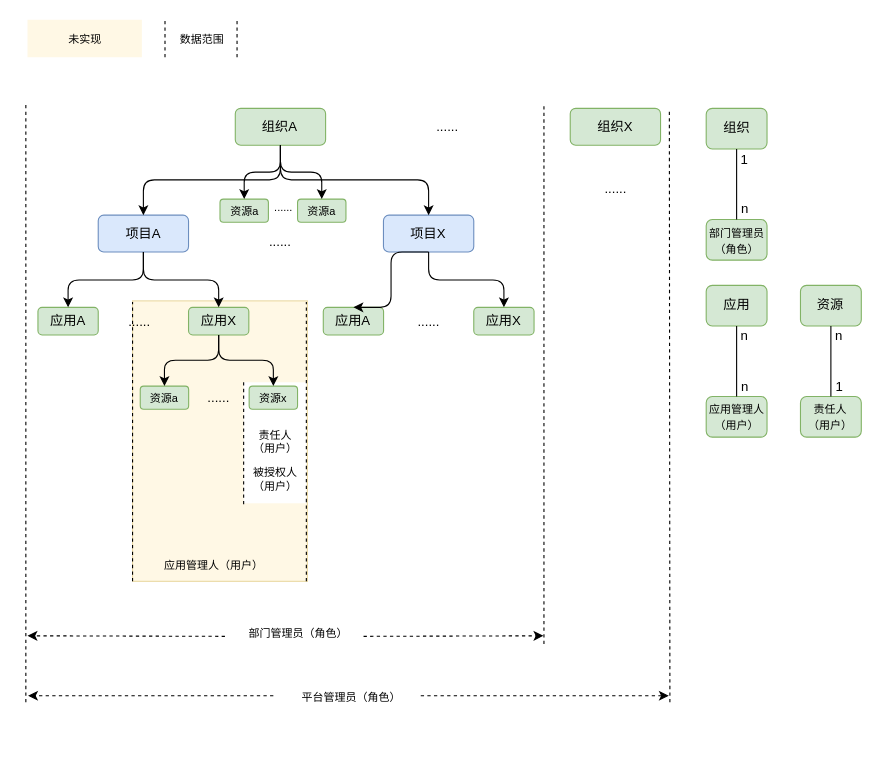
This is 项目应用资源管理.drawio from Darren0829/draw.io, a draw.io file, before an edit. Source tidied: cells renumbered, new cells numbered last; positions are measured from the earlier drawing's top-left corner, leaving out a move shared by most shapes. Both pictures are drawn from the tidied source at 110%, with x=0, y=0 at pixel (25, 20).
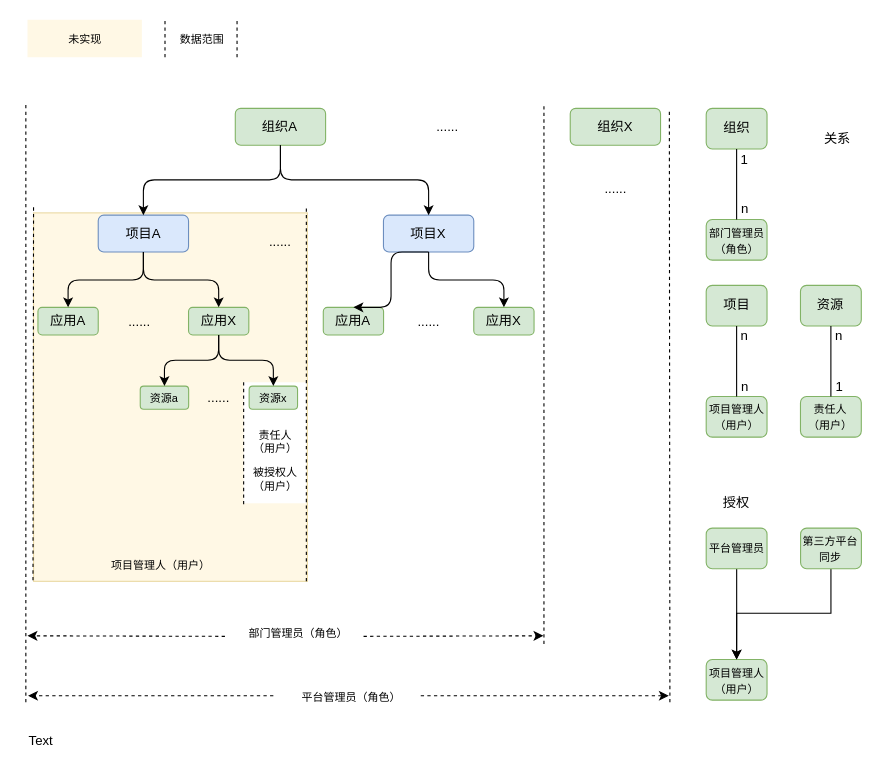
Above is the later version.

Commit message:
更新项目应用资源管理.drawio

The change refers to these unchanged cells:
```xml
<mxCell id="7" value="组织A" style="rounded=1;whiteSpace=wrap;html=1;fillColor=#d5e8d4;strokeColor=#82b366;" parent="1" vertex="1">
  <mxGeometry x="190.4" y="80" width="82.1" height="33.5" as="geometry" />
</mxCell>
<mxCell id="44" style="group;" parent="43" vertex="1">
  <mxGeometry y="160.9" width="55.3" height="138.1" as="geometry" />
</mxCell>
```

Diff of the diagram source:
```diff
@@
     <mxCell id="2" style="rounded=0;whiteSpace=wrap;html=1;strokeWidth=1;fontSize=10;strokeColor=#d6b656;fillColor=#fff2cc;opacity=50;" parent="1" vertex="1">
-      <mxGeometry x="97" y="255" width="159" height="255" as="geometry" />
+      <mxGeometry x="7" y="175" width="249" height="335" as="geometry" />
     </mxCell>
@@
-    <mxCell id="16" value="......" style="text;html=1;strokeColor=none;fillColor=none;align=center;verticalAlign=middle;whiteSpace=wrap;rounded=0;fontSize=10;" parent="1" vertex="1">
-      <mxGeometry x="216.2" y="161.5" width="36.5" height="16.8" as="geometry" />
-    </mxCell>
@@
     <mxCell id="25" style="endArrow=none;dashed=1;html=1;fontSize=10;" parent="1" edge="1">
       <mxGeometry relative="1" as="geometry">
         <mxPoint x="255" y="510" as="sourcePoint" />
-        <mxPoint x="255" y="256" as="targetPoint" />
+        <mxPoint x="255" y="170" as="targetPoint" />
       </mxGeometry>
     </mxCell>
     <mxCell id="26" style="endArrow=none;dashed=1;html=1;fontSize=10;" parent="1" edge="1">
       <mxGeometry relative="1" as="geometry">
-        <mxPoint x="97" y="510" as="sourcePoint" />
-        <mxPoint x="97" y="256" as="targetPoint" />
+        <mxPoint x="6.5" y="509" as="sourcePoint" />
+        <mxPoint x="7" y="169" as="targetPoint" />
       </mxGeometry>
     </mxCell>
-    <mxCell id="27" value="应用管理人（用户）" style="text;html=1;strokeColor=none;fillColor=none;align=center;verticalAlign=middle;whiteSpace=wrap;rounded=0;fontSize=10;" parent="1" vertex="1">
-      <mxGeometry x="122" y="484.5" width="98" height="20" as="geometry" />
+    <mxCell id="27" value="项目管理人（用户）" style="text;html=1;strokeColor=none;fillColor=none;align=center;verticalAlign=middle;whiteSpace=wrap;rounded=0;fontSize=10;" parent="1" vertex="1">
+      <mxGeometry x="74" y="484.5" width="98" height="20" as="geometry" />
     </mxCell>
@@
-    <mxCell id="36" value="资源a" style="rounded=1;whiteSpace=wrap;html=1;fillColor=#d5e8d4;strokeColor=#82b366;fontSize=10;" parent="1" vertex="1">
-      <mxGeometry x="176.5" y="162.5" width="44" height="21" as="geometry" />
-    </mxCell>
-    <mxCell id="37" style="edgeStyle=elbowEdgeStyle;elbow=vertical;endArrow=classic;html=1;exitX=0.5;exitY=1;exitDx=0;exitDy=0;entryX=0.5;entryY=0;entryDx=0;entryDy=0;" parent="1" edge="1" source="7" target="36">
-      <mxGeometry relative="1" as="geometry" />
-    </mxCell>
-    <mxCell id="38" value="资源a" style="rounded=1;whiteSpace=wrap;html=1;fillColor=#d5e8d4;strokeColor=#82b366;fontSize=10;" parent="1" vertex="1">
-      <mxGeometry x="247" y="162.5" width="44" height="21" as="geometry" />
-    </mxCell>
-    <mxCell id="39" style="edgeStyle=elbowEdgeStyle;elbow=vertical;endArrow=classic;html=1;exitX=0.5;exitY=1;exitDx=0;exitDy=0;entryX=0.5;entryY=0;entryDx=0;entryDy=0;" parent="1" edge="1" source="7" target="38">
-      <mxGeometry relative="1" as="geometry" />
-    </mxCell>
@@
-    <mxCell id="45" value="应用" style="rounded=1;whiteSpace=wrap;html=1;fillColor=#d5e8d4;strokeColor=#82b366;" parent="44" vertex="1">
+    <mxCell id="45" value="项目" style="rounded=1;whiteSpace=wrap;html=1;fillColor=#d5e8d4;strokeColor=#82b366;" parent="44" vertex="1">
       <mxGeometry width="55.3" height="36.9" as="geometry" />
     </mxCell>
-    <mxCell id="46" value="&lt;span style=&quot;font-size: 10px&quot;&gt;应用管理人&lt;br&gt;（用户）&lt;/span&gt;" style="rounded=1;whiteSpace=wrap;html=1;fillColor=#d5e8d4;strokeColor=#82b366;" parent="44" vertex="1">
+    <mxCell id="46" value="&lt;span style=&quot;font-size: 10px&quot;&gt;项目管理人&lt;br&gt;（用户）&lt;/span&gt;" style="rounded=1;whiteSpace=wrap;html=1;fillColor=#d5e8d4;strokeColor=#82b366;" parent="44" vertex="1">
       <mxGeometry y="101.1" width="55.3" height="36.9" as="geometry" />
     </mxCell>
@@
+    <mxCell id="72" value="Text" style="text;html=1;strokeColor=none;fillColor=none;align=center;verticalAlign=middle;whiteSpace=wrap;rounded=0;" parent="1" vertex="1">
+      <mxGeometry x="-6" y="645" width="40" height="20" as="geometry" />
+    </mxCell>
+    <mxCell id="73" value="&lt;span style=&quot;font-size: 10px&quot;&gt;项目管理人&lt;br&gt;（用户）&lt;/span&gt;" style="rounded=1;whiteSpace=wrap;html=1;fillColor=#d5e8d4;strokeColor=#82b366;" parent="1" vertex="1">
+      <mxGeometry x="618.5" y="581.1" width="55.3" height="36.9" as="geometry" />
+    </mxCell>
+    <mxCell id="74" style="edgeStyle=orthogonalEdgeStyle;rounded=0;jettySize=auto;html=1;entryX=0.5;entryY=0;entryDx=0;entryDy=0;" parent="1" edge="1" source="75" target="73">
+      <mxGeometry relative="1" as="geometry" />
+    </mxCell>
+    <mxCell id="75" value="&lt;font size=&quot;1&quot;&gt;平台管理员&lt;/font&gt;" style="rounded=1;whiteSpace=wrap;html=1;fillColor=#d5e8d4;strokeColor=#82b366;" parent="1" vertex="1">
+      <mxGeometry x="618.5" y="461.6" width="55.3" height="36.9" as="geometry" />
+    </mxCell>
+    <mxCell id="76" style="edgeStyle=orthogonalEdgeStyle;rounded=0;jettySize=auto;html=1;entryX=0.5;entryY=0;entryDx=0;entryDy=0;" parent="1" edge="1" source="77" target="73">
+      <mxGeometry relative="1" as="geometry">
+        <Array as="points">
+          <mxPoint x="732" y="539" />
+          <mxPoint x="646" y="539" />
+        </Array>
+      </mxGeometry>
+    </mxCell>
+    <mxCell id="77" value="&lt;font size=&quot;1&quot;&gt;第三方平台同步&lt;/font&gt;" style="rounded=1;whiteSpace=wrap;html=1;fillColor=#d5e8d4;strokeColor=#82b366;" parent="1" vertex="1">
+      <mxGeometry x="704.3" y="461.6" width="55.3" height="36.9" as="geometry" />
+    </mxCell>
+    <mxCell id="78" value="关系" style="text;html=1;strokeColor=none;fillColor=none;align=center;verticalAlign=middle;whiteSpace=wrap;rounded=0;" parent="1" vertex="1">
+      <mxGeometry x="718" y="98" width="40" height="20" as="geometry" />
+    </mxCell>
+    <mxCell id="79" value="授权" style="text;html=1;strokeColor=none;fillColor=none;align=center;verticalAlign=middle;whiteSpace=wrap;rounded=0;" parent="1" vertex="1">
+      <mxGeometry x="626" y="429" width="40" height="20" as="geometry" />
+    </mxCell>
```
